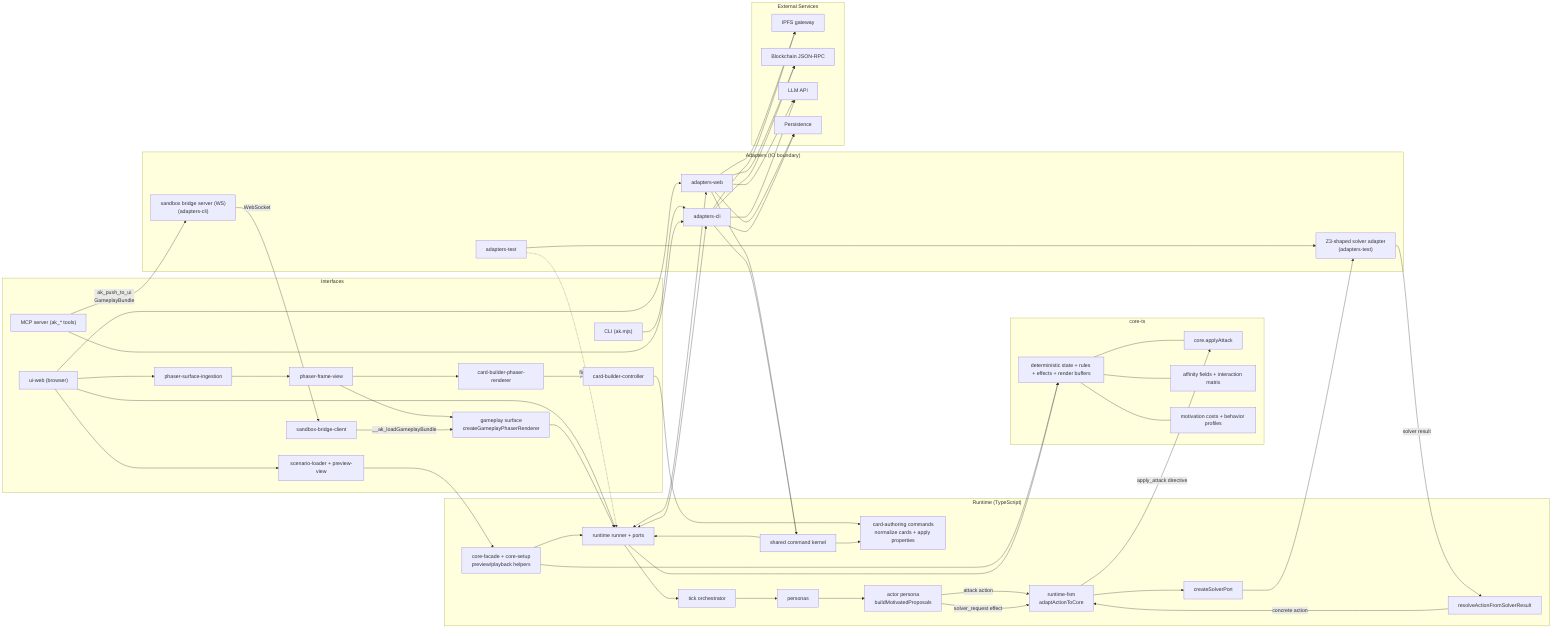
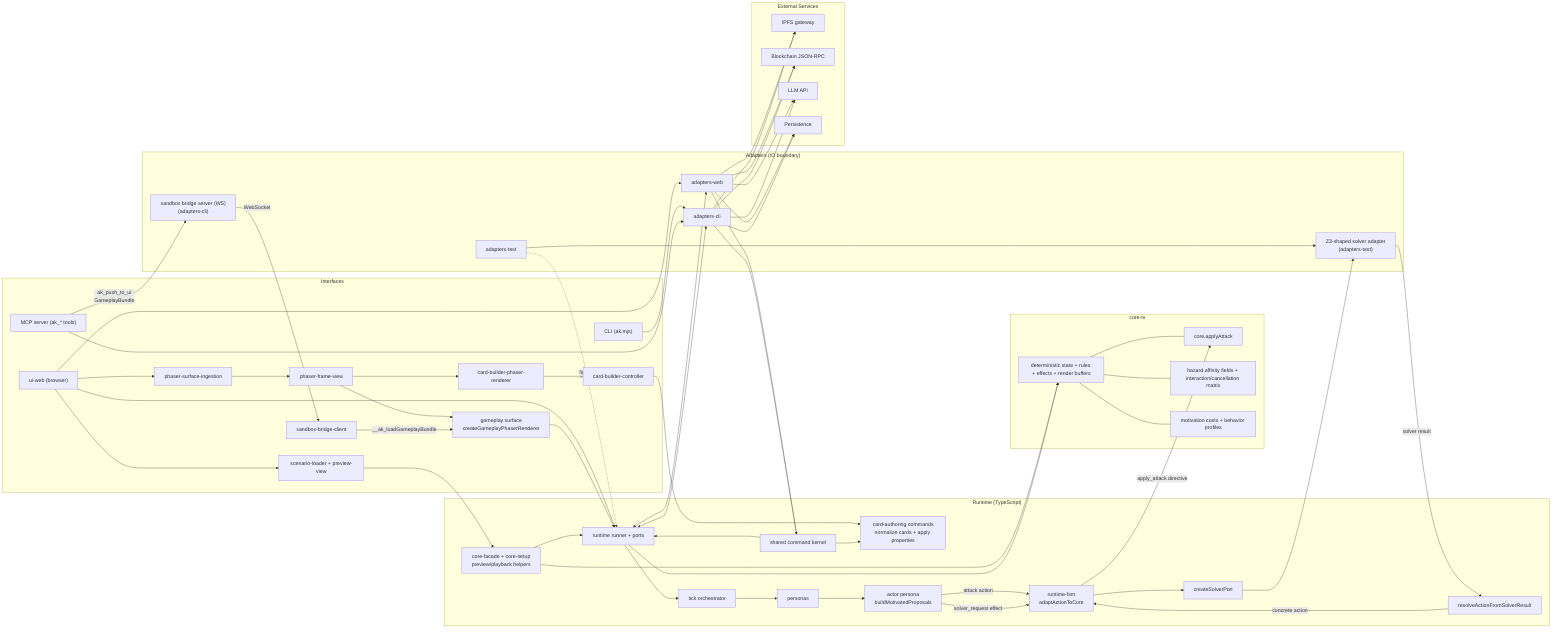
%% Architecture overview (Ports & Adapters)
flowchart LR
  subgraph Interfaces["Interfaces"]
    UIWeb["ui-web (browser)"]
    PhaserFrame["phaser-frame-view"]
    CardBuilderRenderer["card-builder-phaser-renderer"]
    CardBuilderController["card-builder-controller"]
    GameplaySurface["gameplay surface\ncreateGameplayPhaserRenderer"]
    PhaserIngestion["phaser-surface-ingestion"]
    ScenarioLoader["scenario-loader + preview-view"]
    BridgeClient["sandbox-bridge-client"]
    CLI["CLI (ak.mjs)"]
    MCP["MCP server (ak_* tools)"]
  end

  subgraph Runtime["Runtime (TypeScript)"]
    CommandKernel["shared command kernel"]
    CardAuthoring["card-authoring commands\nnormalize cards + apply properties"]
    RuntimePorts["runtime runner + ports"]
    CoreFacade["core-facade + core-setup\npreview/playback helpers"]
    TickOrch["tick orchestrator"]
    Personas["personas"]
    ActorPersona["actor persona\nbuildMotivatedProposals"]
    RuntimeFSM["runtime-fsm\nadaptActionToCore"]
    SolverPort["createSolverPort"]
    SolverResolver["resolveActionFromSolverResult"]
  end

  subgraph Core["core-ts"]
    CoreEngine["deterministic state + rules + effects + render buffers"]
    CombatCore["core.applyAttack"]
-     AffinityCore["affinity fields + interaction matrix"]
+     AffinityCore["hazard affinity fields + interaction/cancellation matrix"]
    MotivationCore["motivation costs + behavior profiles"]
    CoreEngine --- AffinityCore
    CoreEngine --- MotivationCore
    CoreEngine --- CombatCore
  end

  subgraph Adapters["Adapters (IO boundary)"]
    AWeb["adapters-web"]
    ACli["adapters-cli"]
    ATest["adapters-test"]
    Z3Adapter["Z3-shaped solver adapter\n(adapters-test)"]
    BridgeServer["sandbox bridge server (WS)\n(adapters-cli)"]
  end

  subgraph External["External Services"]
    IPFS["IPFS gateway"]
    Chain["Blockchain JSON-RPC"]
    LLM["LLM API"]
    Storage["Persistence"]
  end

  UIWeb --> RuntimePorts
  UIWeb --> AWeb
  UIWeb --> PhaserIngestion
  PhaserIngestion --> PhaserFrame
  PhaserFrame --> CardBuilderRenderer
  CardBuilderRenderer --> CardBuilderController
  CardBuilderController --> CardAuthoring
  PhaserFrame --> GameplaySurface
  GameplaySurface --> RuntimePorts
  ScenarioLoader --> CoreFacade
  UIWeb --> ScenarioLoader
  CLI --> ACli
  MCP --> ACli
  MCP -- "ak_push_to_ui\nGameplayBundle" --> BridgeServer
  BridgeServer -- "WebSocket" --> BridgeClient
  BridgeClient -- "__ak_loadGameplayBundle" --> GameplaySurface
  AWeb --> CommandKernel
  ACli --> CommandKernel
  CommandKernel --> CardAuthoring
  CommandKernel --> RuntimePorts
  CoreFacade --> RuntimePorts
  CoreFacade --> CoreEngine
  RuntimePorts --> TickOrch
  TickOrch --> Personas
  RuntimePorts --> CoreEngine
  Personas --> ActorPersona
  ActorPersona -- "attack action" --> RuntimeFSM
  RuntimeFSM -- "apply_attack directive" --> CombatCore
  ActorPersona -- "solver_request effect" --> RuntimeFSM
  RuntimeFSM --> SolverPort
  SolverPort --> Z3Adapter
  Z3Adapter -- "solver result" --> SolverResolver
  SolverResolver -- "concrete action" --> RuntimeFSM

  RuntimePorts <--> AWeb
  RuntimePorts <--> ACli
  ATest -.fixtures.-> RuntimePorts
  ATest --> Z3Adapter

  AWeb --> IPFS
  AWeb --> Chain
  AWeb --> LLM
  AWeb --> Storage
  ACli --> IPFS
  ACli --> Chain
  ACli --> LLM
  ACli --> Storage
